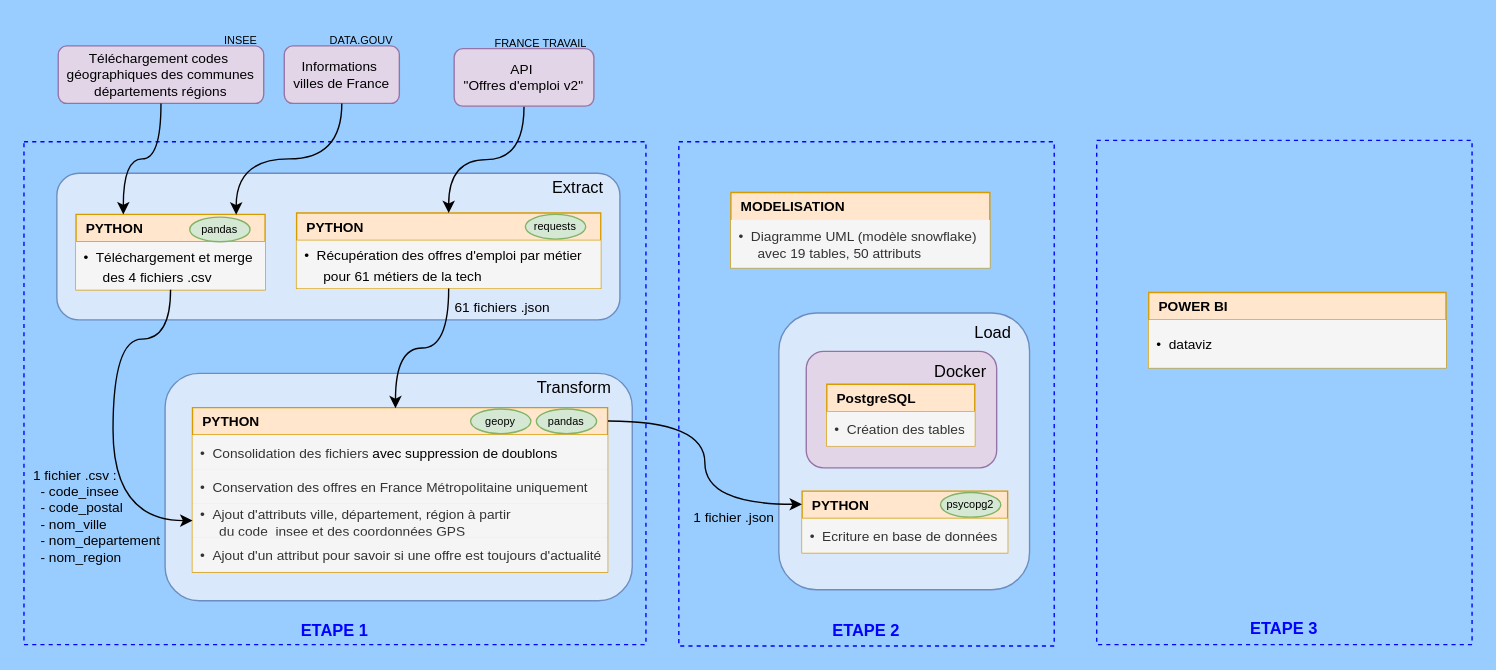
vimchun/Job-Market-in-France keeps this draw.io diagram as workflow.drawio. Above is the earlier version. Source tidied: cells renumbered, new cells numbered last; positions are measured from the earlier drawing's top-left corner, leaving out a move shared by most shapes. Both pictures are drawn from the tidied source at 137%, with x=0, y=0 at pixel (23, 25).
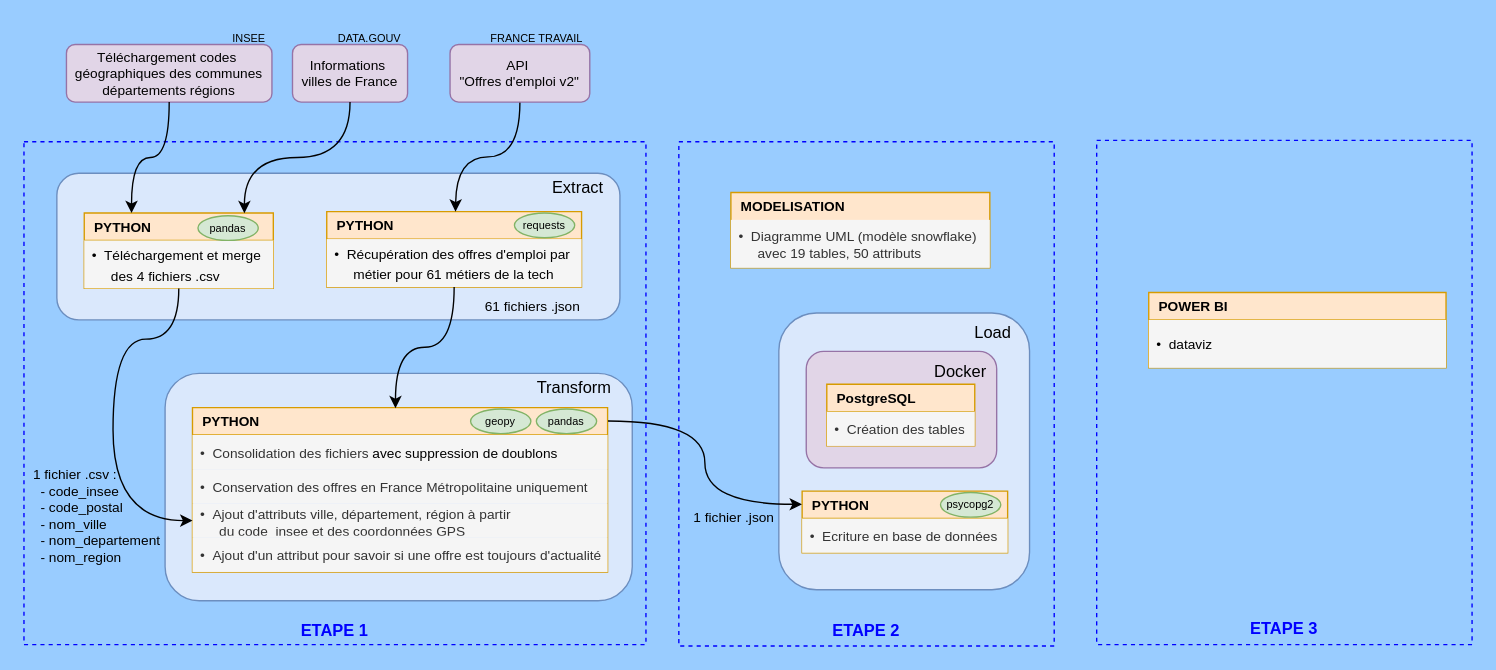
After the change.

What changed in the source:
```diff
@@
     <mxCell id="8" value="&lt;b&gt;&amp;nbsp; PYTHON&lt;/b&gt;" style="swimlane;fontStyle=0;horizontal=1;startSize=20;whiteSpace=wrap;html=1;fillColor=#ffe6cc;strokeColor=#d79b00;rounded=0;align=left;swimlaneLine=1;glass=0;shadow=0;swimlaneHead=1;swimlaneBody=1;verticalAlign=middle;fontFamily=Helvetica;fontSize=10;fontColor=default;" parent="1" vertex="1">
-      <mxGeometry x="199" y="137" width="222" height="55" as="geometry" />
+      <mxGeometry x="221" y="136" width="186" height="55" as="geometry" />
     </mxCell>
-    <mxCell id="9" value="&lt;font style=&quot;font-size: 10px; color: rgb(0, 0, 0);&quot;&gt;•&amp;nbsp; Récupération des offres d'emploi par métier&lt;/font&gt;&lt;div&gt;&lt;span style=&quot;background-color: transparent;&quot;&gt;&lt;font style=&quot;font-size: 10px; color: rgb(0, 0, 0);&quot;&gt;&amp;nbsp; &amp;nbsp; &amp;nbsp;pour 61 métiers de la tech&lt;/font&gt;&lt;/span&gt;&lt;/div&gt;" style="text;align=left;verticalAlign=middle;spacingLeft=4;spacingRight=4;overflow=hidden;whiteSpace=wrap;html=1;fontFamily=Helvetica;fontSize=12;fontStyle=0;fillColor=#f5f5f5;fontColor=#333333;strokeColor=none;" parent="8" vertex="1">
-      <mxGeometry y="20" width="222" height="35" as="geometry" />
+    <mxCell id="9" value="&lt;font style=&quot;font-size: 10px; color: rgb(0, 0, 0);&quot;&gt;•&amp;nbsp; Récupération des offres d'emploi par&amp;nbsp;&lt;/font&gt;&lt;div&gt;&lt;font style=&quot;font-size: 10px; color: rgb(0, 0, 0);&quot;&gt;&amp;nbsp; &amp;nbsp; &amp;nbsp;métier&amp;nbsp;&lt;/font&gt;&lt;span style=&quot;color: light-dark(rgb(0, 0, 0), rgb(237, 237, 237)); font-size: 10px; background-color: transparent;&quot;&gt;pour 61 métiers de la tech&lt;/span&gt;&lt;/div&gt;" style="text;align=left;verticalAlign=middle;spacingLeft=4;spacingRight=4;overflow=hidden;whiteSpace=wrap;html=1;fontFamily=Helvetica;fontSize=12;fontStyle=0;fillColor=#f5f5f5;fontColor=#333333;strokeColor=none;" parent="8" vertex="1">
+      <mxGeometry y="20" width="186" height="35" as="geometry" />
     </mxCell>
@@
-    <mxCell id="21" style="edgeStyle=orthogonalEdgeStyle;rounded=0;jettySize=auto;html=1;exitX=0.5;exitY=1;exitDx=0;exitDy=0;curved=1;" parent="1" edge="1" source="22" target="8">
-      <mxGeometry relative="1" as="geometry" />
+    <mxCell id="21" style="edgeStyle=orthogonalEdgeStyle;rounded=0;jettySize=auto;html=1;exitX=0.5;exitY=1;exitDx=0;exitDy=0;curved=1;" parent="1" edge="1" source="22">
+      <mxGeometry relative="1" as="geometry">
+        <mxPoint x="315" y="136" as="targetPoint" />
+      </mxGeometry>
     </mxCell>
     <mxCell id="22" value="API&amp;nbsp;&lt;div&gt;&lt;span style=&quot;background-color: transparent; color: light-dark(rgb(0, 0, 0), rgb(255, 255, 255));&quot;&gt;&quot;Offres d'emploi v2&quot;&lt;/span&gt;&lt;/div&gt;" style="rounded=1;whiteSpace=wrap;html=1;fillColor=#e1d5e7;strokeColor=#9673a6;fontSize=10;" parent="1" vertex="1">
-      <mxGeometry x="314" y="17" width="102" height="42" as="geometry" />
+      <mxGeometry x="311" y="14" width="102" height="42" as="geometry" />
     </mxCell>
@@
     <mxCell id="24" value="61 fichiers .json" style="text;html=1;align=center;verticalAlign=middle;whiteSpace=wrap;rounded=0;fontSize=10;" parent="1" vertex="1">
-      <mxGeometry x="307.5" y="191" width="83" height="30" as="geometry" />
+      <mxGeometry x="329.5" y="190" width="83" height="30" as="geometry" />
     </mxCell>
@@
     <mxCell id="27" value="requests" style="ellipse;whiteSpace=wrap;html=1;fontSize=8;fillColor=#d5e8d4;strokeColor=#82b366;" parent="1" vertex="1">
-      <mxGeometry x="366" y="138" width="44" height="18" as="geometry" />
+      <mxGeometry x="358" y="137" width="44" height="18" as="geometry" />
     </mxCell>
@@
     <mxCell id="33" value="&lt;div&gt;Informations&amp;nbsp;&lt;/div&gt;&lt;div&gt;villes de France&lt;/div&gt;" style="rounded=1;whiteSpace=wrap;html=1;fillColor=#e1d5e7;strokeColor=#9673a6;fontSize=10;enumerate=0;" parent="1" vertex="1">
-      <mxGeometry x="190" y="15" width="84" height="42" as="geometry" />
+      <mxGeometry x="196" y="14" width="84" height="42" as="geometry" />
     </mxCell>
     <mxCell id="34" value="&lt;b&gt;&amp;nbsp; PYTHON&lt;/b&gt;" style="swimlane;fontStyle=0;horizontal=1;startSize=20;whiteSpace=wrap;html=1;fillColor=#ffe6cc;strokeColor=#d79b00;rounded=0;align=left;swimlaneLine=1;glass=0;shadow=0;swimlaneHead=1;swimlaneBody=1;verticalAlign=middle;fontFamily=Helvetica;fontSize=10;fontColor=default;" parent="1" vertex="1">
-      <mxGeometry x="38" y="138" width="138" height="55" as="geometry" />
+      <mxGeometry x="44" y="137" width="138" height="55" as="geometry" />
     </mxCell>
@@
     <mxCell id="36" value="pandas" style="ellipse;whiteSpace=wrap;html=1;fontSize=8;fillColor=#d5e8d4;strokeColor=#82b366;" parent="1" vertex="1">
-      <mxGeometry x="121" y="140" width="44" height="18" as="geometry" />
+      <mxGeometry x="127" y="139" width="44" height="18" as="geometry" />
     </mxCell>
@@
     <mxCell id="39" value="&lt;div&gt;Téléchargement&amp;nbsp;&lt;span style=&quot;background-color: transparent; color: light-dark(rgb(0, 0, 0), rgb(255, 255, 255));&quot;&gt;codes&amp;nbsp;&lt;/span&gt;&lt;/div&gt;&lt;div&gt;&lt;span style=&quot;background-color: transparent; color: light-dark(rgb(0, 0, 0), rgb(255, 255, 255));&quot;&gt;géographiques&amp;nbsp;&lt;/span&gt;&lt;span style=&quot;background-color: transparent; color: light-dark(rgb(0, 0, 0), rgb(255, 255, 255));&quot;&gt;des&amp;nbsp;&lt;/span&gt;&lt;span style=&quot;background-color: transparent; color: light-dark(rgb(0, 0, 0), rgb(255, 255, 255));&quot;&gt;communes départements régions&lt;/span&gt;&lt;/div&gt;" style="rounded=1;whiteSpace=wrap;html=1;fillColor=#e1d5e7;strokeColor=#9673a6;fontSize=10;" parent="1" vertex="1">
-      <mxGeometry x="25" y="15" width="150" height="42" as="geometry" />
+      <mxGeometry x="31" y="14" width="150" height="42" as="geometry" />
     </mxCell>
@@
     <mxCell id="41" value="INSEE" style="text;html=1;align=center;verticalAlign=middle;strokeColor=none;fillColor=none;fontSize=8;" parent="1" vertex="1">
-      <mxGeometry x="137" width="42" height="22" as="geometry" />
+      <mxGeometry x="143" y="-1" width="42" height="22" as="geometry" />
     </mxCell>
     <mxCell id="42" value="DATA.GOUV" style="text;html=1;align=center;verticalAlign=middle;strokeColor=none;fillColor=none;fontSize=8;" parent="1" vertex="1">
-      <mxGeometry x="214" width="64" height="22" as="geometry" />
+      <mxGeometry x="220" y="-1" width="64" height="22" as="geometry" />
     </mxCell>
     <mxCell id="43" value="FRANCE TRAVAIL" style="text;html=1;align=center;verticalAlign=middle;strokeColor=none;fillColor=none;fontSize=8;" parent="1" vertex="1">
-      <mxGeometry x="334" y="2" width="85" height="22" as="geometry" />
+      <mxGeometry x="331" y="-1" width="85" height="22" as="geometry" />
     </mxCell>
```
